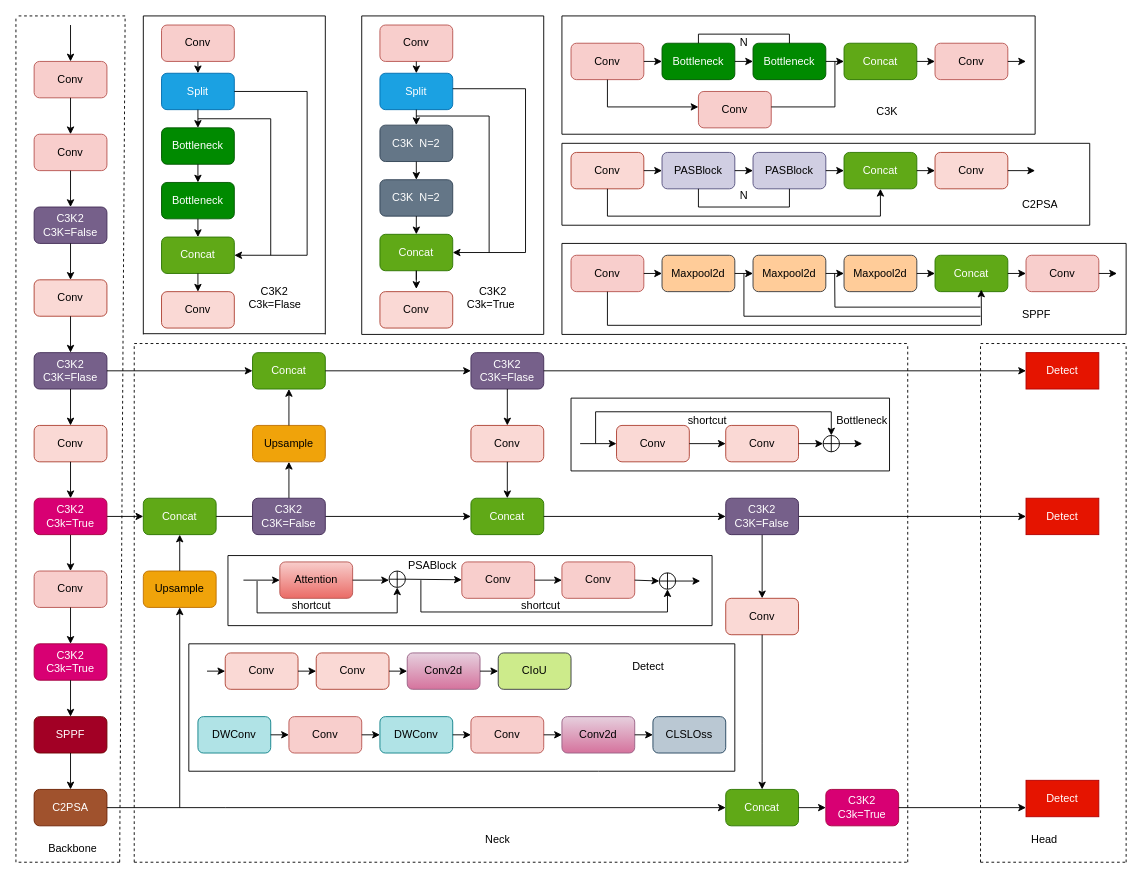
lgq622/long keeps this draw.io diagram as yolo11.drawio. Above is the earlier version. Source tidied: cells renumbered, new cells numbered last; positions are measured from the earlier drawing's top-left corner, leaving out a move shared by most shapes. Both pictures are drawn from the tidied source at 91%, with x=0, y=0 at pixel (15, 15).
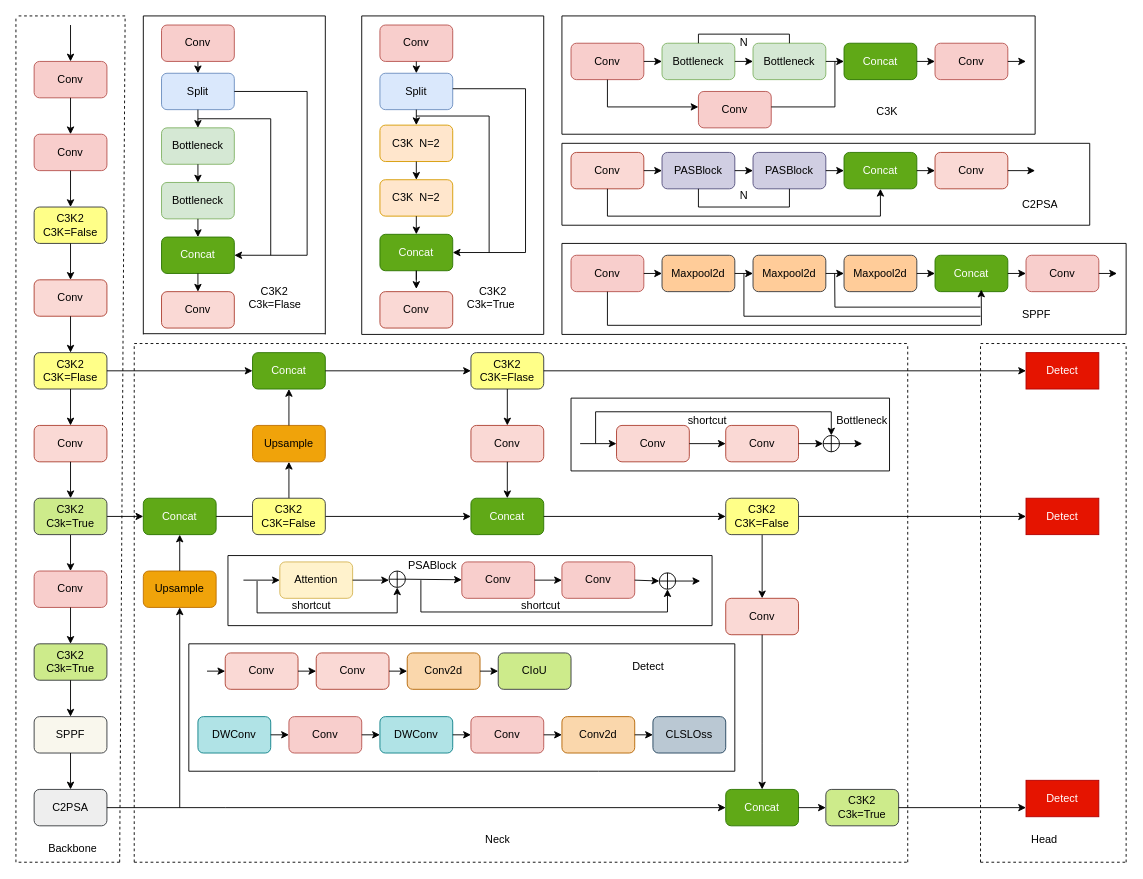
The same diagram, later.

Change to the diagram source:
```diff
@@
-    <mxCell id="7" value="C3K2&lt;div&gt;C3K=False&lt;/div&gt;" style="rounded=1;whiteSpace=wrap;html=1;fillColor=#76608a;fontColor=#ffffff;strokeColor=#432D57;direction=west;" parent="1" vertex="1">
+    <mxCell id="7" value="C3K2&lt;div&gt;C3K=False&lt;/div&gt;" style="rounded=1;whiteSpace=wrap;html=1;fillColor=#ffff88;strokeColor=#36393d;direction=west;" parent="1" vertex="1">
       <mxGeometry x="20" y="210" width="80" height="40" as="geometry" />
     </mxCell>
@@
-    <mxCell id="11" value="C3K2&lt;div&gt;C3K=Flase&lt;/div&gt;" style="rounded=1;whiteSpace=wrap;html=1;fillColor=#76608a;strokeColor=#432D57;fontColor=#ffffff;" parent="1" vertex="1">
+    <mxCell id="11" value="C3K2&lt;div&gt;C3K=Flase&lt;/div&gt;" style="rounded=1;whiteSpace=wrap;html=1;fillColor=#ffff88;strokeColor=#36393d;" parent="1" vertex="1">
       <mxGeometry x="20" y="370" width="80" height="40" as="geometry" />
     </mxCell>
@@
-    <mxCell id="18" value="C3K2&lt;div&gt;C3k=True&lt;/div&gt;" style="rounded=1;whiteSpace=wrap;html=1;fillColor=#d80073;fontColor=#ffffff;strokeColor=#A50040;" parent="1" vertex="1">
+    <mxCell id="18" value="C3K2&lt;div&gt;C3k=True&lt;/div&gt;" style="rounded=1;whiteSpace=wrap;html=1;fillColor=#cdeb8b;strokeColor=#36393d;" parent="1" vertex="1">
       <mxGeometry x="20" y="690" width="80" height="40" as="geometry" />
     </mxCell>
@@
-    <mxCell id="20" value="SPPF" style="rounded=1;whiteSpace=wrap;html=1;fillColor=#a20025;strokeColor=#6F0000;fontColor=#ffffff;" parent="1" vertex="1">
+    <mxCell id="20" value="SPPF" style="rounded=1;whiteSpace=wrap;html=1;fillColor=#f9f7ed;strokeColor=#36393d;" parent="1" vertex="1">
       <mxGeometry x="20" y="770" width="80" height="40" as="geometry" />
     </mxCell>
@@
-    <mxCell id="22" value="C2PSA" style="rounded=1;whiteSpace=wrap;html=1;fillColor=#a0522d;fontColor=#ffffff;strokeColor=#6D1F00;" parent="1" vertex="1">
+    <mxCell id="22" value="C2PSA" style="rounded=1;whiteSpace=wrap;html=1;fillColor=#eeeeee;strokeColor=#36393d;" parent="1" vertex="1">
       <mxGeometry x="20" y="850" width="80" height="40" as="geometry" />
     </mxCell>
@@
-    <mxCell id="26" value="C3K2&lt;div&gt;C3k=True&lt;/div&gt;" style="rounded=1;whiteSpace=wrap;html=1;fillColor=#d80073;fontColor=#ffffff;strokeColor=#A50040;" parent="1" vertex="1">
+    <mxCell id="26" value="C3K2&lt;div&gt;C3k=True&lt;/div&gt;" style="rounded=1;whiteSpace=wrap;html=1;fillColor=#cdeb8b;strokeColor=#36393d;" parent="1" vertex="1">
       <mxGeometry x="890" y="850" width="80" height="40" as="geometry" />
     </mxCell>
@@
-    <mxCell id="41" value="C3K2&lt;div&gt;C3K=Flase&lt;/div&gt;" style="rounded=1;whiteSpace=wrap;html=1;fillColor=#76608a;strokeColor=#432D57;fontColor=#ffffff;" parent="1" vertex="1">
+    <mxCell id="41" value="C3K2&lt;div&gt;C3K=Flase&lt;/div&gt;" style="rounded=1;whiteSpace=wrap;html=1;fillColor=#ffff88;strokeColor=#36393d;" parent="1" vertex="1">
       <mxGeometry x="500" y="370" width="80" height="40" as="geometry" />
     </mxCell>
@@
-    <mxCell id="55" value="Bottleneck" style="rounded=1;whiteSpace=wrap;html=1;fillColor=#008a00;fontColor=#ffffff;strokeColor=#005700;" parent="1" vertex="1">
+    <mxCell id="55" value="Bottleneck" style="rounded=1;whiteSpace=wrap;html=1;fillColor=#d5e8d4;strokeColor=#82b366;" parent="1" vertex="1">
       <mxGeometry x="160" y="123" width="80" height="40" as="geometry" />
     </mxCell>
@@
-    <mxCell id="58" value="Split" style="rounded=1;whiteSpace=wrap;html=1;fillColor=#1ba1e2;fontColor=#ffffff;strokeColor=#006EAF;" parent="1" vertex="1">
+    <mxCell id="58" value="Split" style="rounded=1;whiteSpace=wrap;html=1;fillColor=#dae8fc;strokeColor=#6c8ebf;" parent="1" vertex="1">
       <mxGeometry x="160" y="63" width="80" height="40" as="geometry" />
     </mxCell>
@@
-    <mxCell id="60" value="Bottleneck" style="rounded=1;whiteSpace=wrap;html=1;fillColor=#008a00;fontColor=#ffffff;strokeColor=#005700;" parent="1" vertex="1">
+    <mxCell id="60" value="Bottleneck" style="rounded=1;whiteSpace=wrap;html=1;fillColor=#d5e8d4;strokeColor=#82b366;" parent="1" vertex="1">
       <mxGeometry x="160" y="183" width="80" height="40" as="geometry" />
     </mxCell>
@@
-    <mxCell id="88" value="Split" style="rounded=1;whiteSpace=wrap;html=1;fillColor=#1ba1e2;fontColor=#ffffff;strokeColor=#006EAF;" parent="1" vertex="1">
+    <mxCell id="88" value="Split" style="rounded=1;whiteSpace=wrap;html=1;fillColor=#dae8fc;strokeColor=#6c8ebf;" parent="1" vertex="1">
       <mxGeometry x="400" y="63" width="80" height="40" as="geometry" />
     </mxCell>
@@
-    <mxCell id="90" value="C3K&amp;nbsp; N=2" style="rounded=1;whiteSpace=wrap;html=1;fillColor=#647687;fontColor=#ffffff;strokeColor=#314354;" parent="1" vertex="1">
+    <mxCell id="90" value="C3K&amp;nbsp; N=2" style="rounded=1;whiteSpace=wrap;html=1;fillColor=#ffe6cc;strokeColor=#d79b00;" parent="1" vertex="1">
       <mxGeometry x="400" y="120" width="80" height="40" as="geometry" />
     </mxCell>
@@
-    <mxCell id="92" value="C3K&amp;nbsp; N=2" style="rounded=1;whiteSpace=wrap;html=1;fillColor=#647687;fontColor=#ffffff;strokeColor=#314354;" parent="1" vertex="1">
+    <mxCell id="92" value="C3K&amp;nbsp; N=2" style="rounded=1;whiteSpace=wrap;html=1;fillColor=#ffe6cc;strokeColor=#d79b00;" parent="1" vertex="1">
       <mxGeometry x="400" y="180" width="80" height="40" as="geometry" />
     </mxCell>
@@
-    <mxCell id="116" value="Bottleneck" style="rounded=1;whiteSpace=wrap;html=1;fillColor=#008a00;fontColor=#ffffff;strokeColor=#005700;direction=west;" parent="1" vertex="1">
+    <mxCell id="116" value="Bottleneck" style="rounded=1;whiteSpace=wrap;html=1;fillColor=#d5e8d4;strokeColor=#82b366;direction=west;" parent="1" vertex="1">
       <mxGeometry x="710" y="30" width="80" height="40" as="geometry" />
     </mxCell>
@@
-    <mxCell id="118" value="Bottleneck" style="rounded=1;whiteSpace=wrap;html=1;fillColor=#008a00;fontColor=#ffffff;strokeColor=#005700;direction=west;" parent="1" vertex="1">
+    <mxCell id="118" value="Bottleneck" style="rounded=1;whiteSpace=wrap;html=1;fillColor=#d5e8d4;strokeColor=#82b366;direction=west;" parent="1" vertex="1">
       <mxGeometry x="810" y="30" width="80" height="40" as="geometry" />
     </mxCell>
@@
-    <mxCell id="186" value="Conv2d" style="rounded=1;whiteSpace=wrap;html=1;fillColor=#e6d0de;strokeColor=#996185;gradientColor=#d5739d;" parent="1" vertex="1">
+    <mxCell id="186" value="Conv2d" style="rounded=1;whiteSpace=wrap;html=1;fillColor=#fad7ac;strokeColor=#b46504;" parent="1" vertex="1">
       <mxGeometry x="430" y="700" width="80" height="40" as="geometry" />
     </mxCell>
@@
-    <mxCell id="195" value="Conv2d" style="rounded=1;whiteSpace=wrap;html=1;fillColor=#e6d0de;strokeColor=#996185;gradientColor=#d5739d;" parent="1" vertex="1">
+    <mxCell id="195" value="Conv2d" style="rounded=1;whiteSpace=wrap;html=1;fillColor=#fad7ac;strokeColor=#b46504;" parent="1" vertex="1">
       <mxGeometry x="600" y="770" width="80" height="40" as="geometry" />
     </mxCell>
@@
-    <mxCell id="206" value="Attention" style="rounded=1;whiteSpace=wrap;html=1;fillColor=#f8cecc;gradientColor=#ea6b66;strokeColor=#b85450;" parent="1" vertex="1">
+    <mxCell id="206" value="Attention" style="rounded=1;whiteSpace=wrap;html=1;fillColor=#fff2cc;strokeColor=#d6b656;" parent="1" vertex="1">
       <mxGeometry x="290" y="600" width="80" height="40" as="geometry" />
     </mxCell>
@@
-    <mxCell id="243" value="C3K2&lt;div&gt;C3K=False&lt;/div&gt;" style="rounded=1;whiteSpace=wrap;html=1;fillColor=#76608a;fontColor=#ffffff;strokeColor=#432D57;direction=west;" parent="1" vertex="1">
+    <mxCell id="243" value="C3K2&lt;div&gt;C3K=False&lt;/div&gt;" style="rounded=1;whiteSpace=wrap;html=1;fillColor=#ffff88;strokeColor=#36393d;direction=west;" parent="1" vertex="1">
       <mxGeometry x="780" y="530" width="80" height="40" as="geometry" />
     </mxCell>
@@
-    <mxCell id="245" value="C3K2&lt;div&gt;C3K=False&lt;/div&gt;" style="rounded=1;whiteSpace=wrap;html=1;fillColor=#76608a;fontColor=#ffffff;strokeColor=#432D57;direction=west;" parent="1" vertex="1">
+    <mxCell id="245" value="C3K2&lt;div&gt;C3K=False&lt;/div&gt;" style="rounded=1;whiteSpace=wrap;html=1;fillColor=#ffff88;strokeColor=#36393d;direction=west;" parent="1" vertex="1">
       <mxGeometry x="260" y="530" width="80" height="40" as="geometry" />
     </mxCell>
-    <mxCell id="246" value="C3K2&lt;div&gt;C3k=True&lt;/div&gt;" style="rounded=1;whiteSpace=wrap;html=1;fillColor=#d80073;fontColor=#ffffff;strokeColor=#A50040;" parent="1" vertex="1">
+    <mxCell id="246" value="C3K2&lt;div&gt;C3k=True&lt;/div&gt;" style="rounded=1;whiteSpace=wrap;html=1;fillColor=#cdeb8b;strokeColor=#36393d;" parent="1" vertex="1">
       <mxGeometry x="20" y="530" width="80" height="40" as="geometry" />
     </mxCell>
```
